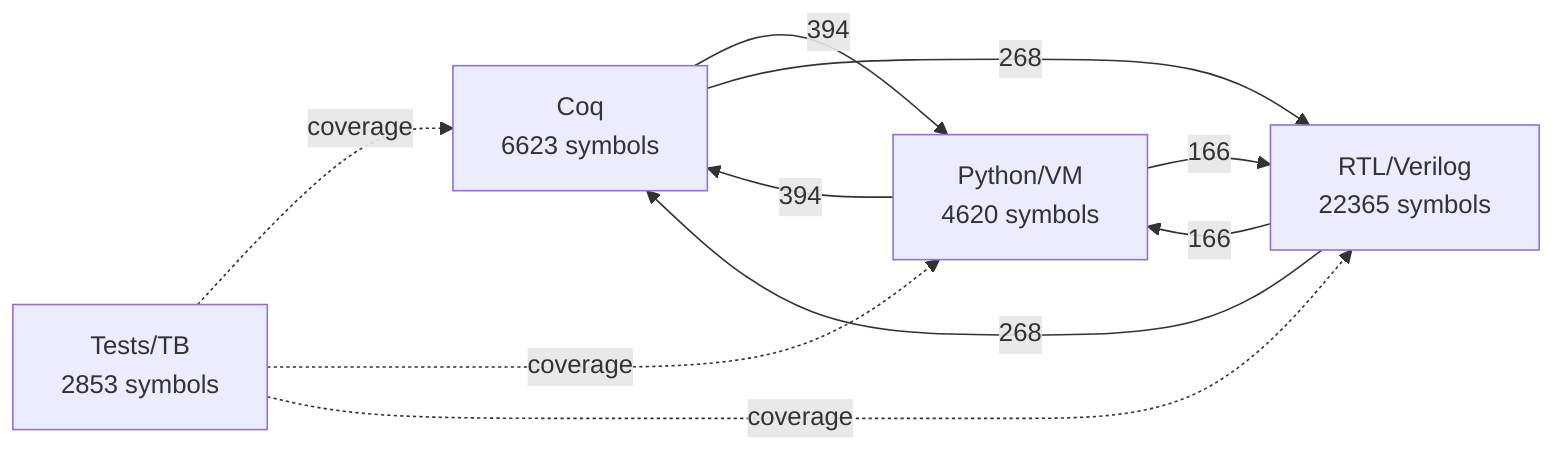
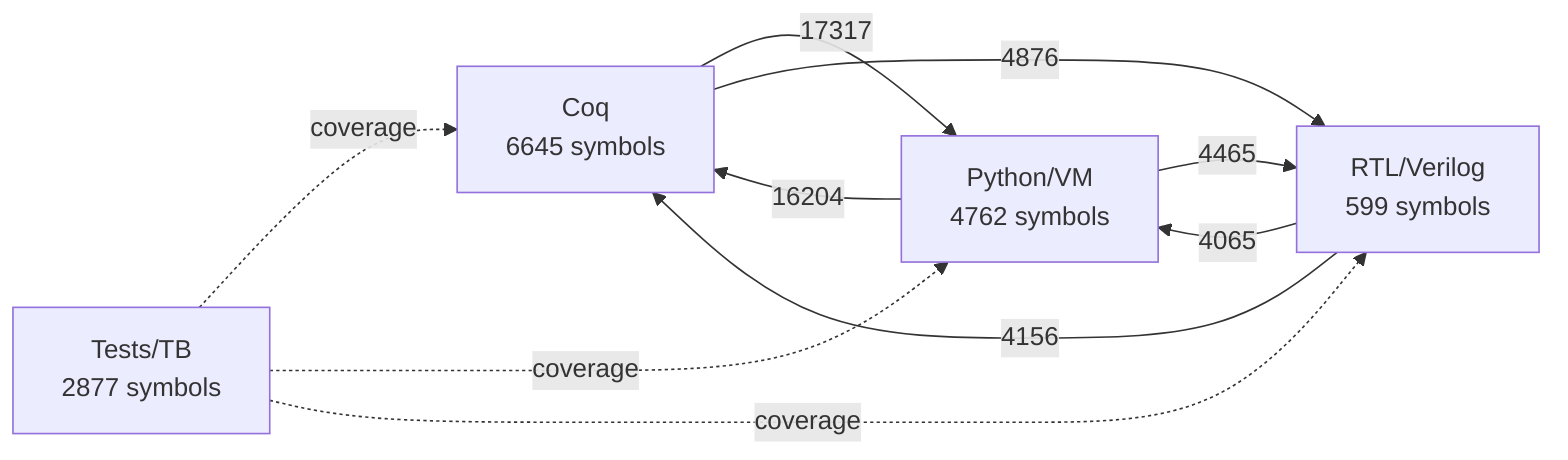
flowchart LR
-   C["Coq\n6623 symbols"]
-   P["Python/VM\n4620 symbols"]
-   R["RTL/Verilog\n22365 symbols"]
-   T["Tests/TB\n2853 symbols"]
-   C -->|394| P
-   P -->|394| C
-   C -->|268| R
-   R -->|268| C
-   P -->|166| R
-   R -->|166| P
+   C["Coq\n6645 symbols"]
+   P["Python/VM\n4762 symbols"]
+   R["RTL/Verilog\n599 symbols"]
+   T["Tests/TB\n2877 symbols"]
+   C -->|17317| P
+   P -->|16204| C
+   C -->|4876| R
+   R -->|4156| C
+   P -->|4465| R
+   R -->|4065| P
  T -. coverage .-> C
  T -. coverage .-> P
  T -. coverage .-> R
